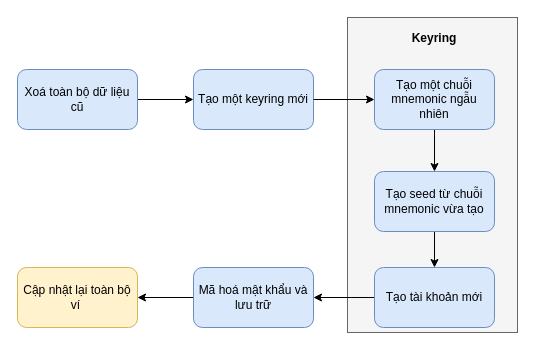
Before: page "keyring-create-wallet" (2 of 3) of documents/metamask.drawio in phamhongphuc1999/web-practice, a draw.io diagram. Source tidied: cells renumbered, new cells numbered last; positions are measured from the earlier drawing's top-left corner, leaving out a move shared by most shapes. Both pictures are drawn from the tidied source at 100%, with x=0, y=0 at pixel (17, 17).
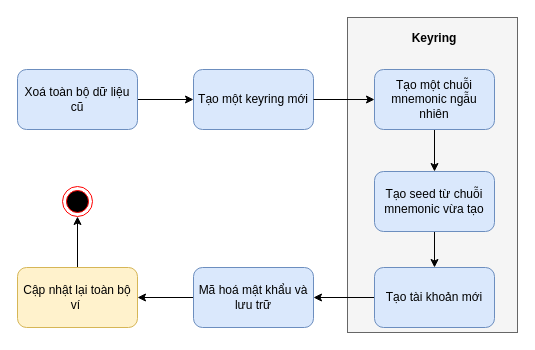
The same page after the edit.

The edit, as a diff of the source:
```diff
@@
 <mxGraphModel>
   <root>
     <mxCell id="0" />
     <mxCell id="1" parent="0" />
     <mxCell id="2" style="edgeStyle=orthogonalEdgeStyle;rounded=0;jettySize=auto;html=1;" parent="1" edge="1" source="3" target="4">
       <mxGeometry relative="1" as="geometry" />
     </mxCell>
     <mxCell id="3" value="Xoá toàn bộ dữ liệu cũ" style="rounded=1;whiteSpace=wrap;html=1;fillColor=#dae8fc;strokeColor=#6c8ebf;" parent="1" vertex="1">
       <mxGeometry y="52" width="120" height="60" as="geometry" />
     </mxCell>
     <mxCell id="4" value="Tạo một keyring mới" style="rounded=1;whiteSpace=wrap;html=1;fillColor=#dae8fc;strokeColor=#6c8ebf;" parent="1" vertex="1">
       <mxGeometry x="176" y="52" width="120" height="60" as="geometry" />
     </mxCell>
     <mxCell id="5" style="rounded=0;whiteSpace=wrap;html=1;sketch=0;fillStyle=auto;fillColor=#f5f5f5;fontColor=#333333;strokeColor=#666666;" parent="1" vertex="1">
       <mxGeometry x="330" width="170" height="315" as="geometry" />
     </mxCell>
+    <mxCell id="17" style="edgeStyle=orthogonalEdgeStyle;rounded=0;jettySize=auto;html=1;" parent="1" edge="1" source="6" target="18">
+      <mxGeometry relative="1" as="geometry" />
+    </mxCell>
     <mxCell id="6" value="Cập nhật lại toàn bộ ví&amp;nbsp;" style="rounded=1;whiteSpace=wrap;html=1;fillColor=#fff2cc;strokeColor=#d6b656;" parent="1" vertex="1">
       <mxGeometry y="250" width="120" height="60" as="geometry" />
     </mxCell>
     <mxCell id="7" style="edgeStyle=orthogonalEdgeStyle;rounded=0;jettySize=auto;html=1;" parent="1" edge="1" source="8" target="6">
       <mxGeometry relative="1" as="geometry" />
     </mxCell>
     <mxCell id="8" value="Mã hoá mật khẩu và lưu trữ" style="rounded=1;whiteSpace=wrap;html=1;fillColor=#dae8fc;strokeColor=#6c8ebf;" parent="1" vertex="1">
       <mxGeometry x="176" y="250" width="120" height="60" as="geometry" />
     </mxCell>
     <mxCell id="9" style="edgeStyle=orthogonalEdgeStyle;rounded=0;jettySize=auto;html=1;" parent="1" edge="1" source="10" target="12">
       <mxGeometry relative="1" as="geometry" />
     </mxCell>
     <mxCell id="10" value="Tạo một chuỗi mnemonic ngẫu nhiên" style="rounded=1;whiteSpace=wrap;html=1;fillColor=#dae8fc;strokeColor=#6c8ebf;" parent="1" vertex="1">
       <mxGeometry x="357" y="52" width="120" height="60" as="geometry" />
     </mxCell>
     <mxCell id="11" style="edgeStyle=orthogonalEdgeStyle;rounded=0;jettySize=auto;html=1;" parent="1" edge="1" source="12" target="14">
       <mxGeometry relative="1" as="geometry" />
     </mxCell>
     <mxCell id="12" value="Tạo seed từ chuỗi mnemonic vừa tạo" style="rounded=1;whiteSpace=wrap;html=1;fillColor=#dae8fc;strokeColor=#6c8ebf;" parent="1" vertex="1">
       <mxGeometry x="357" y="154" width="120" height="60" as="geometry" />
     </mxCell>
     <mxCell id="13" style="edgeStyle=orthogonalEdgeStyle;rounded=0;jettySize=auto;html=1;" parent="1" edge="1" source="14" target="8">
       <mxGeometry relative="1" as="geometry" />
     </mxCell>
     <mxCell id="14" value="Tạo tài khoản mới" style="rounded=1;whiteSpace=wrap;html=1;fillColor=#dae8fc;strokeColor=#6c8ebf;" parent="1" vertex="1">
       <mxGeometry x="357" y="250" width="120" height="60" as="geometry" />
     </mxCell>
     <mxCell id="15" style="edgeStyle=orthogonalEdgeStyle;rounded=0;jettySize=auto;html=1;" parent="1" edge="1" source="4" target="10">
       <mxGeometry relative="1" as="geometry" />
     </mxCell>
     <mxCell id="16" value="Keyring" style="text;html=1;strokeColor=none;fillColor=none;align=center;verticalAlign=middle;whiteSpace=wrap;rounded=0;sketch=0;fillStyle=auto;fontStyle=1;" parent="1" vertex="1">
       <mxGeometry x="387" y="6" width="60" height="30" as="geometry" />
     </mxCell>
+    <mxCell id="18" style="ellipse;html=1;shape=endState;fillColor=#000000;strokeColor=#ff0000;" parent="1" vertex="1">
+      <mxGeometry x="45" y="169" width="30" height="30" as="geometry" />
+    </mxCell>
   </root>
 </mxGraphModel>
```
